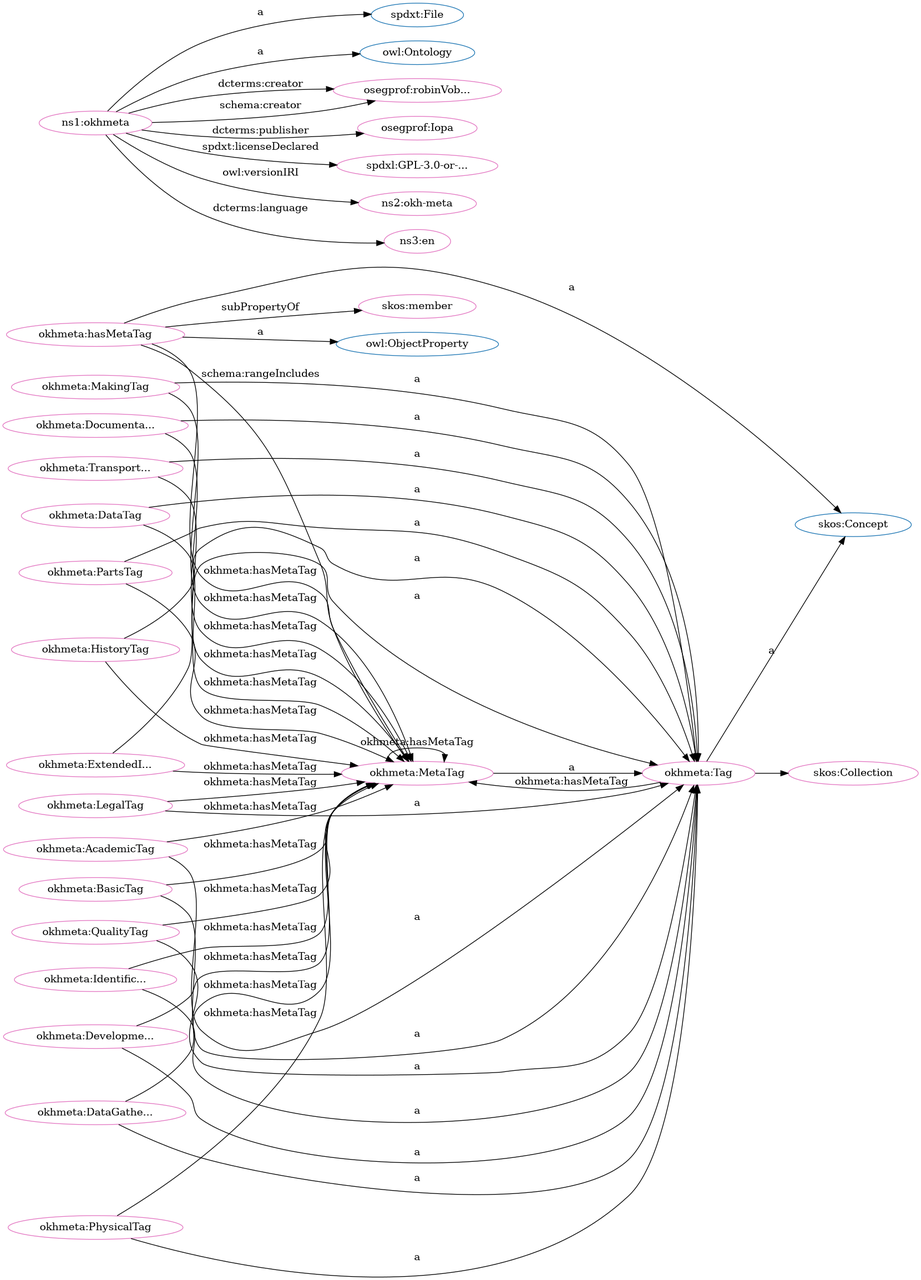
Earlier version of the Graphviz export src/spec/dot_okh-meta.png (iop-alliance/OpenKnowHow). Its source is kept beside it as src/spec/dot_okh-meta.dot.
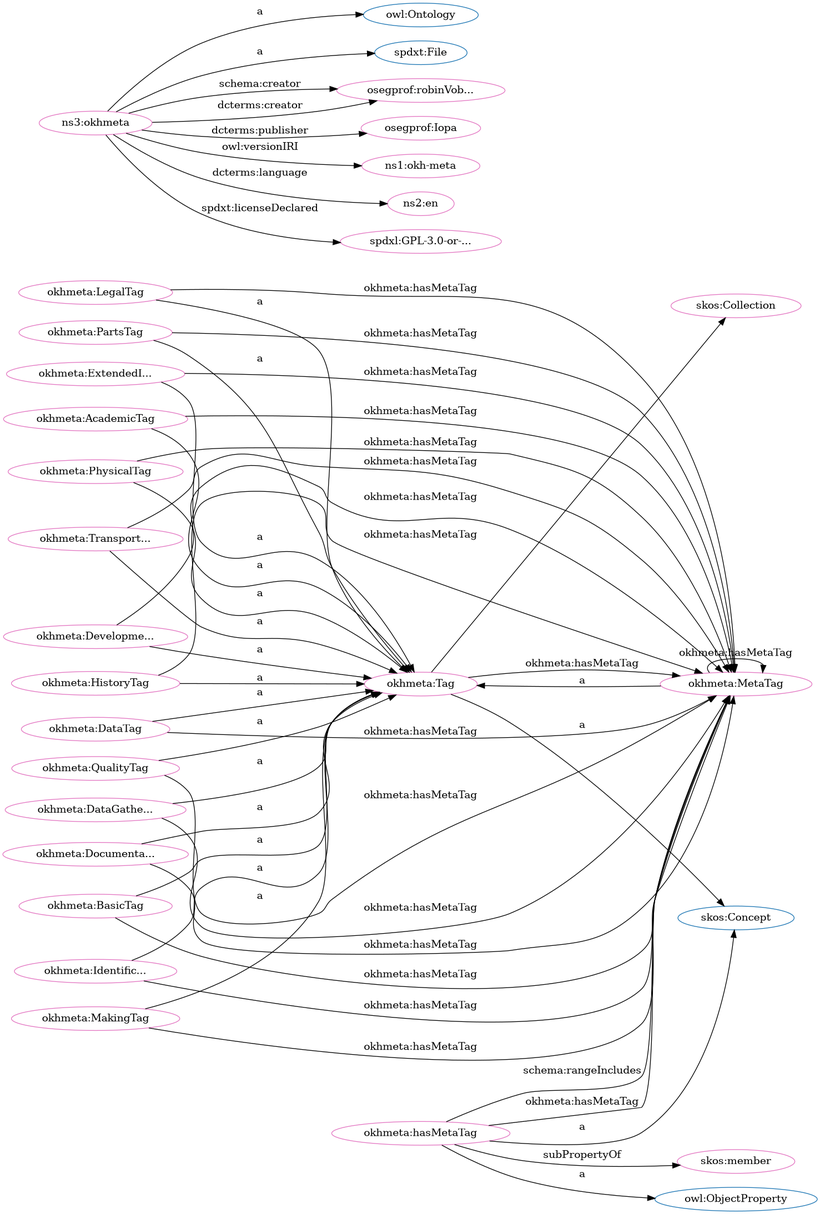
The same file after the commit.

Diff of the diagram source:
```diff
@@ -1,85 +1,85 @@
 digraph G {
   rankdir=BT
   node[height=.3]
-"http://www.w3.org/2002/07/owl#ObjectProperty" [fillcolor="#1f77b4" color="#1f77b4" label="owl:ObjectProperty"]
-"http://spdx.org/rdf/terms#File" [fillcolor="#1f77b4" color="#1f77b4" label="spdxt:File"]
+"http://www.w3.org/2004/02/skos/core#Collection" [fillcolor="#1f77b4" color="#1f77b4" label="skos:Collection"]
+"https://w3id.org/oseg/ont/okhmeta#MetaTag" [fillcolor="#1f77b4" color="#1f77b4" label="okhmeta:MetaTag"]
 "http://www.w3.org/2002/07/owl#Ontology" [fillcolor="#1f77b4" color="#1f77b4" label="owl:Ontology"]
-"https://w3id.org/oseg/ont/okhmeta#MetaTag" [fillcolor="#1f77b4" color="#1f77b4" label="okhmeta:MetaTag"]
-"http://www.w3.org/2004/02/skos/core#Collection" [fillcolor="#1f77b4" color="#1f77b4" label="skos:Collection"]
 "https://w3id.org/oseg/ont/okhmeta#Tag" [fillcolor="#1f77b4" color="#1f77b4" label="okhmeta:Tag"]
 "http://www.w3.org/2004/02/skos/core#Concept" [fillcolor="#1f77b4" color="#1f77b4" label="skos:Concept"]
+"http://spdx.org/rdf/terms#File" [fillcolor="#1f77b4" color="#1f77b4" label="spdxt:File"]
+"http://www.w3.org/2002/07/owl#ObjectProperty" [fillcolor="#1f77b4" color="#1f77b4" label="owl:ObjectProperty"]
+"https://w3id.org/oseg/ont/okhmeta#MetaTag" [fillcolor="#e377c2" color="#e377c2" label="okhmeta:MetaTag"]
+"https://w3id.org/oseg/ont/okhmeta#BasicTag" [fillcolor="#e377c2" color="#e377c2" label="okhmeta:BasicTag"]
+"https://w3id.org/oseg/ont/oseg-profiles#robinVobruba" [fillcolor="#e377c2" color="#e377c2" label="osegprof:robinVob..."]
+"https://w3id.org/oseg/ont/okhmeta#IdentificationTag" [fillcolor="#e377c2" color="#e377c2" label="okhmeta:Identific..."]
+"https://w3id.org/oseg/ont/okhmeta#MakingTag" [fillcolor="#e377c2" color="#e377c2" label="okhmeta:MakingTag"]
+"https://w3id.org/oseg/ont/okhmeta#HistoryTag" [fillcolor="#e377c2" color="#e377c2" label="okhmeta:HistoryTag"]
+"https://w3id.org/oseg/ont/okhmeta#hasMetaTag" [fillcolor="#e377c2" color="#e377c2" label="okhmeta:hasMetaTag"]
+"https://w3id.org/oseg/ont/okhmeta#PartsTag" [fillcolor="#e377c2" color="#e377c2" label="okhmeta:PartsTag"]
+"https://w3id.org/oseg/ont/okhmeta#DocumentationTag" [fillcolor="#e377c2" color="#e377c2" label="okhmeta:Documenta..."]
+"https://w3id.org/oseg/ont/okhmeta#DataTag" [fillcolor="#e377c2" color="#e377c2" label="okhmeta:DataTag"]
+"https://w3id.org/oseg/ont/oseg-profiles#Iopa" [fillcolor="#e377c2" color="#e377c2" label="osegprof:Iopa"]
+"https://w3id.org/oseg/ont/1.1.0/okh-meta" [fillcolor="#e377c2" color="#e377c2" label="ns1:okh-meta"]
+"https://w3id.org/oseg/ont/okhmeta#ExtendedInfoTag" [fillcolor="#e377c2" color="#e377c2" label="okhmeta:ExtendedI..."]
+"http://id.loc.gov/vocabulary/iso639-1/en" [fillcolor="#e377c2" color="#e377c2" label="ns2:en"]
+"http://www.w3.org/2004/02/skos/core#Collection" [fillcolor="#e377c2" color="#e377c2" label="skos:Collection"]
+"https://w3id.org/oseg/ont/okhmeta" [fillcolor="#e377c2" color="#e377c2" label="ns3:okhmeta"]
 "https://w3id.org/oseg/ont/okhmeta#LegalTag" [fillcolor="#e377c2" color="#e377c2" label="okhmeta:LegalTag"]
-"https://w3id.org/oseg/ont/oseg-profiles#robinVobruba" [fillcolor="#e377c2" color="#e377c2" label="osegprof:robinVob..."]
-"https://w3id.org/oseg/ont/okhmeta#MetaTag" [fillcolor="#e377c2" color="#e377c2" label="okhmeta:MetaTag"]
-"https://w3id.org/oseg/ont/okhmeta#hasMetaTag" [fillcolor="#e377c2" color="#e377c2" label="okhmeta:hasMetaTag"]
-"https://w3id.org/oseg/ont/okhmeta" [fillcolor="#e377c2" color="#e377c2" label="ns1:okhmeta"]
+"https://w3id.org/oseg/ont/okhmeta#Tag" [fillcolor="#e377c2" color="#e377c2" label="okhmeta:Tag"]
+"https://w3id.org/oseg/ont/okhmeta#DevelopmentTag" [fillcolor="#e377c2" color="#e377c2" label="okhmeta:Developme..."]
 "https://w3id.org/oseg/ont/okhmeta#PhysicalTag" [fillcolor="#e377c2" color="#e377c2" label="okhmeta:PhysicalTag"]
-"https://w3id.org/oseg/ont/okhmeta#PartsTag" [fillcolor="#e377c2" color="#e377c2" label="okhmeta:PartsTag"]
+"https://w3id.org/oseg/ont/okhmeta#AcademicTag" [fillcolor="#e377c2" color="#e377c2" label="okhmeta:AcademicTag"]
+"https://w3id.org/oseg/ont/okhmeta#TransportationTag" [fillcolor="#e377c2" color="#e377c2" label="okhmeta:Transport..."]
+"https://spdx.org/licenses/GPL-3.0-or-later" [fillcolor="#e377c2" color="#e377c2" label="spdxl:GPL-3.0-or-..."]
+"https://w3id.org/oseg/ont/okhmeta#DataGatheringTag" [fillcolor="#e377c2" color="#e377c2" label="okhmeta:DataGathe..."]
+"http://www.w3.org/2004/02/skos/core#member" [fillcolor="#e377c2" color="#e377c2" label="skos:member"]
 "https://w3id.org/oseg/ont/okhmeta#QualityTag" [fillcolor="#e377c2" color="#e377c2" label="okhmeta:QualityTag"]
-"http://www.w3.org/2004/02/skos/core#Collection" [fillcolor="#e377c2" color="#e377c2" label="skos:Collection"]
-"https://w3id.org/oseg/ont/okhmeta#DocumentationTag" [fillcolor="#e377c2" color="#e377c2" label="okhmeta:Documenta..."]
-"http://www.w3.org/2004/02/skos/core#member" [fillcolor="#e377c2" color="#e377c2" label="skos:member"]
-"https://w3id.org/oseg/ont/oseg-profiles#Iopa" [fillcolor="#e377c2" color="#e377c2" label="osegprof:Iopa"]
-"https://w3id.org/oseg/ont/okhmeta#DataTag" [fillcolor="#e377c2" color="#e377c2" label="okhmeta:DataTag"]
-"https://w3id.org/oseg/ont/okhmeta#Tag" [fillcolor="#e377c2" color="#e377c2" label="okhmeta:Tag"]
-"https://spdx.org/licenses/GPL-3.0-or-later" [fillcolor="#e377c2" color="#e377c2" label="spdxl:GPL-3.0-or-..."]
-"https://w3id.org/oseg/ont/okhmeta#ExtendedInfoTag" [fillcolor="#e377c2" color="#e377c2" label="okhmeta:ExtendedI..."]
-"https://w3id.org/oseg/ont/okhmeta#TransportationTag" [fillcolor="#e377c2" color="#e377c2" label="okhmeta:Transport..."]
-"https://w3id.org/oseg/ont/okhmeta#DataGatheringTag" [fillcolor="#e377c2" color="#e377c2" label="okhmeta:DataGathe..."]
-"https://w3id.org/oseg/ont/okhmeta#AcademicTag" [fillcolor="#e377c2" color="#e377c2" label="okhmeta:AcademicTag"]
-"https://w3id.org/oseg/ont/1.1.0/okh-meta" [fillcolor="#e377c2" color="#e377c2" label="ns2:okh-meta"]
-"https://w3id.org/oseg/ont/okhmeta#MakingTag" [fillcolor="#e377c2" color="#e377c2" label="okhmeta:MakingTag"]
-"http://id.loc.gov/vocabulary/iso639-1/en" [fillcolor="#e377c2" color="#e377c2" label="ns3:en"]
-"https://w3id.org/oseg/ont/okhmeta#BasicTag" [fillcolor="#e377c2" color="#e377c2" label="okhmeta:BasicTag"]
-"https://w3id.org/oseg/ont/okhmeta#IdentificationTag" [fillcolor="#e377c2" color="#e377c2" label="okhmeta:Identific..."]
-"https://w3id.org/oseg/ont/okhmeta#DevelopmentTag" [fillcolor="#e377c2" color="#e377c2" label="okhmeta:Developme..."]
-"https://w3id.org/oseg/ont/okhmeta#HistoryTag" [fillcolor="#e377c2" color="#e377c2" label="okhmeta:HistoryTag"]
+  "https://w3id.org/oseg/ont/okhmeta#Tag" -> "https://w3id.org/oseg/ont/okhmeta#MetaTag" [label="okhmeta:hasMetaTag"]
+  "https://w3id.org/oseg/ont/okhmeta#BasicTag" -> "https://w3id.org/oseg/ont/okhmeta#Tag" [label="a"]
+  "https://w3id.org/oseg/ont/okhmeta" -> "https://w3id.org/oseg/ont/oseg-profiles#robinVobruba" [label="schema:creator"]
+  "https://w3id.org/oseg/ont/okhmeta#DevelopmentTag" -> "https://w3id.org/oseg/ont/okhmeta#MetaTag" [label="okhmeta:hasMetaTag"]
+  "https://w3id.org/oseg/ont/okhmeta#MakingTag" -> "https://w3id.org/oseg/ont/okhmeta#Tag" [label="a"]
+  "https://w3id.org/oseg/ont/okhmeta#PhysicalTag" -> "https://w3id.org/oseg/ont/okhmeta#MetaTag" [label="okhmeta:hasMetaTag"]
+  "https://w3id.org/oseg/ont/okhmeta#HistoryTag" -> "https://w3id.org/oseg/ont/okhmeta#Tag" [label="a"]
+  "https://w3id.org/oseg/ont/okhmeta#DocumentationTag" -> "https://w3id.org/oseg/ont/okhmeta#Tag" [label="a"]
+  "https://w3id.org/oseg/ont/okhmeta#MakingTag" -> "https://w3id.org/oseg/ont/okhmeta#MetaTag" [label="okhmeta:hasMetaTag"]
+  "https://w3id.org/oseg/ont/okhmeta#DataTag" -> "https://w3id.org/oseg/ont/okhmeta#Tag" [label="a"]
+  "https://w3id.org/oseg/ont/okhmeta#ExtendedInfoTag" -> "https://w3id.org/oseg/ont/okhmeta#Tag" [label="a"]
+  "https://w3id.org/oseg/ont/okhmeta" -> "http://id.loc.gov/vocabulary/iso639-1/en" [label="dcterms:language"]
+  "https://w3id.org/oseg/ont/okhmeta" -> "http://spdx.org/rdf/terms#File" [label="a"]
+  "https://w3id.org/oseg/ont/okhmeta" -> "http://www.w3.org/2002/07/owl#Ontology" [label="a"]
+  "https://w3id.org/oseg/ont/okhmeta#DevelopmentTag" -> "https://w3id.org/oseg/ont/okhmeta#Tag" [label="a"]
+  "https://w3id.org/oseg/ont/okhmeta#LegalTag" -> "https://w3id.org/oseg/ont/okhmeta#MetaTag" [label="okhmeta:hasMetaTag"]
+  "https://w3id.org/oseg/ont/okhmeta#PhysicalTag" -> "https://w3id.org/oseg/ont/okhmeta#Tag" [label="a"]
+  "https://w3id.org/oseg/ont/okhmeta#ExtendedInfoTag" -> "https://w3id.org/oseg/ont/okhmeta#MetaTag" [label="okhmeta:hasMetaTag"]
+  "https://w3id.org/oseg/ont/okhmeta#TransportationTag" -> "https://w3id.org/oseg/ont/okhmeta#Tag" [label="a"]
+  "https://w3id.org/oseg/ont/okhmeta#IdentificationTag" -> "https://w3id.org/oseg/ont/okhmeta#MetaTag" [label="okhmeta:hasMetaTag"]
+  "https://w3id.org/oseg/ont/okhmeta#PartsTag" -> "https://w3id.org/oseg/ont/okhmeta#MetaTag" [label="okhmeta:hasMetaTag"]
+  "https://w3id.org/oseg/ont/okhmeta#hasMetaTag" -> "http://www.w3.org/2004/02/skos/core#member" [label="subPropertyOf"]
+  "https://w3id.org/oseg/ont/okhmeta" -> "https://w3id.org/oseg/ont/oseg-profiles#robinVobruba" [label="dcterms:creator"]
+  "https://w3id.org/oseg/ont/okhmeta#MetaTag" -> "https://w3id.org/oseg/ont/okhmeta#MetaTag" [label="okhmeta:hasMetaTag"]
+  "https://w3id.org/oseg/ont/okhmeta#QualityTag" -> "https://w3id.org/oseg/ont/okhmeta#MetaTag" [label="okhmeta:hasMetaTag"]
+  "https://w3id.org/oseg/ont/okhmeta#IdentificationTag" -> "https://w3id.org/oseg/ont/okhmeta#Tag" [label="a"]
+  "https://w3id.org/oseg/ont/okhmeta#hasMetaTag" -> "https://w3id.org/oseg/ont/okhmeta#MetaTag" [label="schema:rangeIncludes"]
+  "https://w3id.org/oseg/ont/okhmeta#hasMetaTag" -> "http://www.w3.org/2002/07/owl#ObjectProperty" [label="a"]
+  "https://w3id.org/oseg/ont/okhmeta#PartsTag" -> "https://w3id.org/oseg/ont/okhmeta#Tag" [label="a"]
+  "https://w3id.org/oseg/ont/okhmeta#MetaTag" -> "https://w3id.org/oseg/ont/okhmeta#Tag" [label="a"]
+  "https://w3id.org/oseg/ont/okhmeta#AcademicTag" -> "https://w3id.org/oseg/ont/okhmeta#MetaTag" [label="okhmeta:hasMetaTag"]
+  "https://w3id.org/oseg/ont/okhmeta#HistoryTag" -> "https://w3id.org/oseg/ont/okhmeta#MetaTag" [label="okhmeta:hasMetaTag"]
+  "https://w3id.org/oseg/ont/okhmeta" -> "https://w3id.org/oseg/ont/oseg-profiles#Iopa" [label="dcterms:publisher"]
+  "https://w3id.org/oseg/ont/okhmeta" -> "https://w3id.org/oseg/ont/1.1.0/okh-meta" [label="owl:versionIRI"]
+  "https://w3id.org/oseg/ont/okhmeta#hasMetaTag" -> "http://www.w3.org/2004/02/skos/core#Concept" [label="a"]
+  "https://w3id.org/oseg/ont/okhmeta#Tag" -> "http://www.w3.org/2004/02/skos/core#Collection" [label=""]
+  "https://w3id.org/oseg/ont/okhmeta#DataGatheringTag" -> "https://w3id.org/oseg/ont/okhmeta#MetaTag" [label="okhmeta:hasMetaTag"]
   "https://w3id.org/oseg/ont/okhmeta#LegalTag" -> "https://w3id.org/oseg/ont/okhmeta#Tag" [label="a"]
-  "https://w3id.org/oseg/ont/okhmeta" -> "https://w3id.org/oseg/ont/oseg-profiles#robinVobruba" [label="dcterms:creator"]
-  "https://w3id.org/oseg/ont/okhmeta" -> "https://w3id.org/oseg/ont/oseg-profiles#robinVobruba" [label="schema:creator"]
-  "https://w3id.org/oseg/ont/okhmeta#hasMetaTag" -> "http://www.w3.org/2004/02/skos/core#Concept" [label="a"]
-  "https://w3id.org/oseg/ont/okhmeta#IdentificationTag" -> "https://w3id.org/oseg/ont/okhmeta#MetaTag" [label="okhmeta:hasMetaTag"]
+  "https://w3id.org/oseg/ont/okhmeta#Tag" -> "http://www.w3.org/2004/02/skos/core#Concept" [label="a"]
+  "https://w3id.org/oseg/ont/okhmeta#BasicTag" -> "https://w3id.org/oseg/ont/okhmeta#MetaTag" [label="okhmeta:hasMetaTag"]
+  "https://w3id.org/oseg/ont/okhmeta#AcademicTag" -> "https://w3id.org/oseg/ont/okhmeta#Tag" [label="a"]
+  "https://w3id.org/oseg/ont/okhmeta" -> "https://spdx.org/licenses/GPL-3.0-or-later" [label="spdxt:licenseDeclared"]
+  "https://w3id.org/oseg/ont/okhmeta#DataGatheringTag" -> "https://w3id.org/oseg/ont/okhmeta#Tag" [label="a"]
+  "https://w3id.org/oseg/ont/okhmeta#DocumentationTag" -> "https://w3id.org/oseg/ont/okhmeta#MetaTag" [label="okhmeta:hasMetaTag"]
+  "https://w3id.org/oseg/ont/okhmeta#TransportationTag" -> "https://w3id.org/oseg/ont/okhmeta#MetaTag" [label="okhmeta:hasMetaTag"]
+  "https://w3id.org/oseg/ont/okhmeta#DataTag" -> "https://w3id.org/oseg/ont/okhmeta#MetaTag" [label="okhmeta:hasMetaTag"]
   "https://w3id.org/oseg/ont/okhmeta#QualityTag" -> "https://w3id.org/oseg/ont/okhmeta#Tag" [label="a"]
-  "https://w3id.org/oseg/ont/okhmeta#MetaTag" -> "https://w3id.org/oseg/ont/okhmeta#Tag" [label="a"]
-  "https://w3id.org/oseg/ont/okhmeta#Tag" -> "http://www.w3.org/2004/02/skos/core#Collection" [label=""]
-  "https://w3id.org/oseg/ont/okhmeta#hasMetaTag" -> "http://www.w3.org/2004/02/skos/core#member" [label="subPropertyOf"]
-  "https://w3id.org/oseg/ont/okhmeta" -> "http://www.w3.org/2002/07/owl#Ontology" [label="a"]
-  "https://w3id.org/oseg/ont/okhmeta#hasMetaTag" -> "https://w3id.org/oseg/ont/okhmeta#MetaTag" [label="schema:rangeIncludes"]
-  "https://w3id.org/oseg/ont/okhmeta" -> "https://w3id.org/oseg/ont/oseg-profiles#Iopa" [label="dcterms:publisher"]
-  "https://w3id.org/oseg/ont/okhmeta" -> "https://spdx.org/licenses/GPL-3.0-or-later" [label="spdxt:licenseDeclared"]
-  "https://w3id.org/oseg/ont/okhmeta#ExtendedInfoTag" -> "https://w3id.org/oseg/ont/okhmeta#Tag" [label="a"]
-  "https://w3id.org/oseg/ont/okhmeta#DevelopmentTag" -> "https://w3id.org/oseg/ont/okhmeta#MetaTag" [label="okhmeta:hasMetaTag"]
-  "https://w3id.org/oseg/ont/okhmeta#HistoryTag" -> "https://w3id.org/oseg/ont/okhmeta#MetaTag" [label="okhmeta:hasMetaTag"]
-  "https://w3id.org/oseg/ont/okhmeta#DataGatheringTag" -> "https://w3id.org/oseg/ont/okhmeta#Tag" [label="a"]
-  "https://w3id.org/oseg/ont/okhmeta#AcademicTag" -> "https://w3id.org/oseg/ont/okhmeta#Tag" [label="a"]
-  "https://w3id.org/oseg/ont/okhmeta#PhysicalTag" -> "https://w3id.org/oseg/ont/okhmeta#MetaTag" [label="okhmeta:hasMetaTag"]
-  "https://w3id.org/oseg/ont/okhmeta#AcademicTag" -> "https://w3id.org/oseg/ont/okhmeta#MetaTag" [label="okhmeta:hasMetaTag"]
-  "https://w3id.org/oseg/ont/okhmeta#DevelopmentTag" -> "https://w3id.org/oseg/ont/okhmeta#Tag" [label="a"]
-  "https://w3id.org/oseg/ont/okhmeta#HistoryTag" -> "https://w3id.org/oseg/ont/okhmeta#Tag" [label="a"]
-  "https://w3id.org/oseg/ont/okhmeta#DataGatheringTag" -> "https://w3id.org/oseg/ont/okhmeta#MetaTag" [label="okhmeta:hasMetaTag"]
-  "https://w3id.org/oseg/ont/okhmeta#hasMetaTag" -> "http://www.w3.org/2002/07/owl#ObjectProperty" [label="a"]
-  "https://w3id.org/oseg/ont/okhmeta" -> "http://spdx.org/rdf/terms#File" [label="a"]
-  "https://w3id.org/oseg/ont/okhmeta#PhysicalTag" -> "https://w3id.org/oseg/ont/okhmeta#Tag" [label="a"]
-  "https://w3id.org/oseg/ont/okhmeta#PartsTag" -> "https://w3id.org/oseg/ont/okhmeta#Tag" [label="a"]
-  "https://w3id.org/oseg/ont/okhmeta#Tag" -> "https://w3id.org/oseg/ont/okhmeta#MetaTag" [label="okhmeta:hasMetaTag"]
-  "https://w3id.org/oseg/ont/okhmeta#PartsTag" -> "https://w3id.org/oseg/ont/okhmeta#MetaTag" [label="okhmeta:hasMetaTag"]
-  "https://w3id.org/oseg/ont/okhmeta#QualityTag" -> "https://w3id.org/oseg/ont/okhmeta#MetaTag" [label="okhmeta:hasMetaTag"]
-  "https://w3id.org/oseg/ont/okhmeta#TransportationTag" -> "https://w3id.org/oseg/ont/okhmeta#MetaTag" [label="okhmeta:hasMetaTag"]
-  "https://w3id.org/oseg/ont/okhmeta#DocumentationTag" -> "https://w3id.org/oseg/ont/okhmeta#Tag" [label="a"]
-  "https://w3id.org/oseg/ont/okhmeta#DocumentationTag" -> "https://w3id.org/oseg/ont/okhmeta#MetaTag" [label="okhmeta:hasMetaTag"]
-  "https://w3id.org/oseg/ont/okhmeta#BasicTag" -> "https://w3id.org/oseg/ont/okhmeta#MetaTag" [label="okhmeta:hasMetaTag"]
-  "https://w3id.org/oseg/ont/okhmeta#DataTag" -> "https://w3id.org/oseg/ont/okhmeta#Tag" [label="a"]
-  "https://w3id.org/oseg/ont/okhmeta#Tag" -> "http://www.w3.org/2004/02/skos/core#Concept" [label="a"]
-  "https://w3id.org/oseg/ont/okhmeta#LegalTag" -> "https://w3id.org/oseg/ont/okhmeta#MetaTag" [label="okhmeta:hasMetaTag"]
-  "https://w3id.org/oseg/ont/okhmeta#TransportationTag" -> "https://w3id.org/oseg/ont/okhmeta#Tag" [label="a"]
-  "https://w3id.org/oseg/ont/okhmeta#DataTag" -> "https://w3id.org/oseg/ont/okhmeta#MetaTag" [label="okhmeta:hasMetaTag"]
   "https://w3id.org/oseg/ont/okhmeta#hasMetaTag" -> "https://w3id.org/oseg/ont/okhmeta#MetaTag" [label="okhmeta:hasMetaTag"]
-  "https://w3id.org/oseg/ont/okhmeta#ExtendedInfoTag" -> "https://w3id.org/oseg/ont/okhmeta#MetaTag" [label="okhmeta:hasMetaTag"]
-  "https://w3id.org/oseg/ont/okhmeta" -> "https://w3id.org/oseg/ont/1.1.0/okh-meta" [label="owl:versionIRI"]
-  "https://w3id.org/oseg/ont/okhmeta#MakingTag" -> "https://w3id.org/oseg/ont/okhmeta#Tag" [label="a"]
-  "https://w3id.org/oseg/ont/okhmeta" -> "http://id.loc.gov/vocabulary/iso639-1/en" [label="dcterms:language"]
-  "https://w3id.org/oseg/ont/okhmeta#BasicTag" -> "https://w3id.org/oseg/ont/okhmeta#Tag" [label="a"]
-  "https://w3id.org/oseg/ont/okhmeta#IdentificationTag" -> "https://w3id.org/oseg/ont/okhmeta#Tag" [label="a"]
-  "https://w3id.org/oseg/ont/okhmeta#MetaTag" -> "https://w3id.org/oseg/ont/okhmeta#MetaTag" [label="okhmeta:hasMetaTag"]
-  "https://w3id.org/oseg/ont/okhmeta#MakingTag" -> "https://w3id.org/oseg/ont/okhmeta#MetaTag" [label="okhmeta:hasMetaTag"]
 }
```
